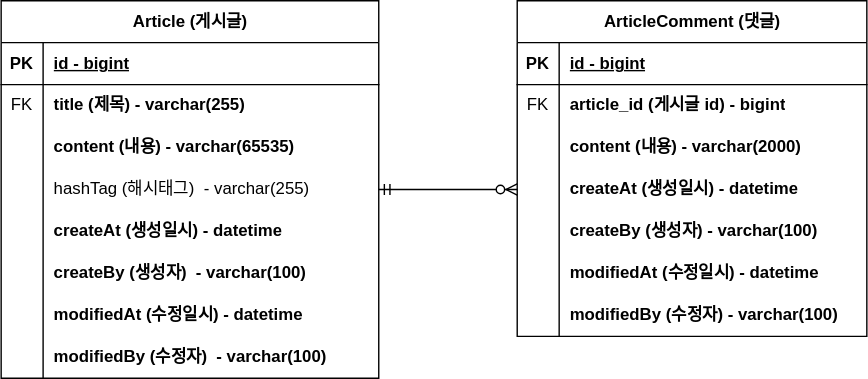
Above: document/board-project-erd.svg in KHyeon9/fastcampus-project-board (draw.io), before the change. Source tidied: cells renumbered, new cells last; positions are measured from the earlier drawing's top-left corner, leaving out a move shared by most shapes.
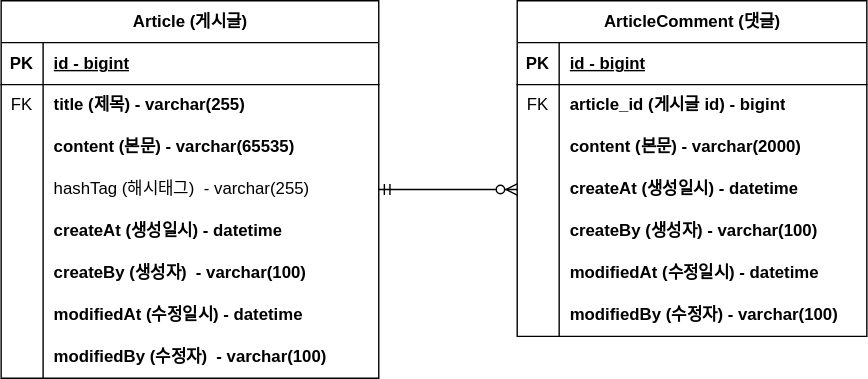
The same diagram one commit later.

Commit message:
#8 -  ERD 주석 업데이트: board-project-erd.svg

Change to the diagram source:
```diff
@@ -29,7 +29,7 @@
     <mxCell id="10" style="shape=partialRectangle;fillColor=none;top=0;left=0;bottom=0;right=0;overflow=hidden;whiteSpace=wrap;html=1;" parent="9" vertex="1">
       <mxGeometry width="30" height="30" as="geometry" />
     </mxCell>
-    <mxCell id="11" value="content (내용) - varchar(65535)" style="shape=partialRectangle;fillColor=none;top=0;left=0;bottom=0;right=0;align=left;spacingLeft=6;overflow=hidden;whiteSpace=wrap;html=1;fontStyle=1;" parent="9" vertex="1">
+    <mxCell id="11" value="content (본문&lt;span style=&quot;background-color: initial;&quot;&gt;) - varchar(65535)&lt;/span&gt;" style="shape=partialRectangle;fillColor=none;top=0;left=0;bottom=0;right=0;align=left;spacingLeft=6;overflow=hidden;whiteSpace=wrap;html=1;fontStyle=1;" parent="9" vertex="1">
       <mxGeometry x="30" width="240" height="30" as="geometry" />
     </mxCell>
     <mxCell id="12" style="shape=tableRow;horizontal=0;startSize=0;swimlaneHead=0;swimlaneBody=0;fillColor=none;points=[[0,0.5],[1,0.5]];portConstraint=eastwest;top=0;left=0;right=0;bottom=0;" parent="2" vertex="1">
@@ -104,7 +104,7 @@
     <mxCell id="35" style="shape=partialRectangle;fillColor=none;top=0;left=0;bottom=0;right=0;overflow=hidden;whiteSpace=wrap;html=1;" parent="34" vertex="1">
       <mxGeometry width="30" height="30" as="geometry" />
     </mxCell>
-    <mxCell id="36" value="content (내용) - varchar(2000)" style="shape=partialRectangle;fillColor=none;top=0;left=0;bottom=0;right=0;align=left;spacingLeft=6;overflow=hidden;whiteSpace=wrap;html=1;fontStyle=1;" parent="34" vertex="1">
+    <mxCell id="36" value="content (본문&lt;span style=&quot;background-color: initial;&quot;&gt;) - varchar(2000)&lt;/span&gt;" style="shape=partialRectangle;fillColor=none;top=0;left=0;bottom=0;right=0;align=left;spacingLeft=6;overflow=hidden;whiteSpace=wrap;html=1;fontStyle=1;" parent="34" vertex="1">
       <mxGeometry x="30" width="220" height="30" as="geometry" />
     </mxCell>
     <mxCell id="37" style="shape=tableRow;horizontal=0;startSize=0;swimlaneHead=0;swimlaneBody=0;fillColor=none;points=[[0,0.5],[1,0.5]];portConstraint=eastwest;top=0;left=0;right=0;bottom=0;" parent="27" vertex="1">
```
